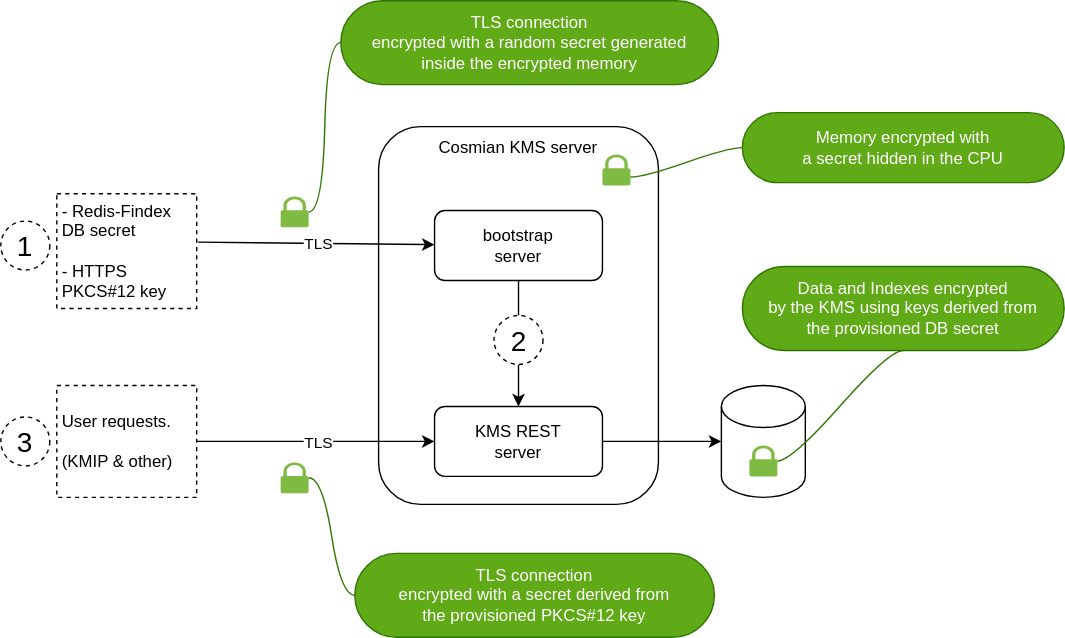
Cosmian/kms keeps this draw.io diagram as documentation/docs/drawings/zero_trust.drawio.svg. Above is the earlier version. Source tidied: cells renumbered, new cells last; positions are measured from the earlier drawing's top-left corner, leaving out a move shared by most shapes.
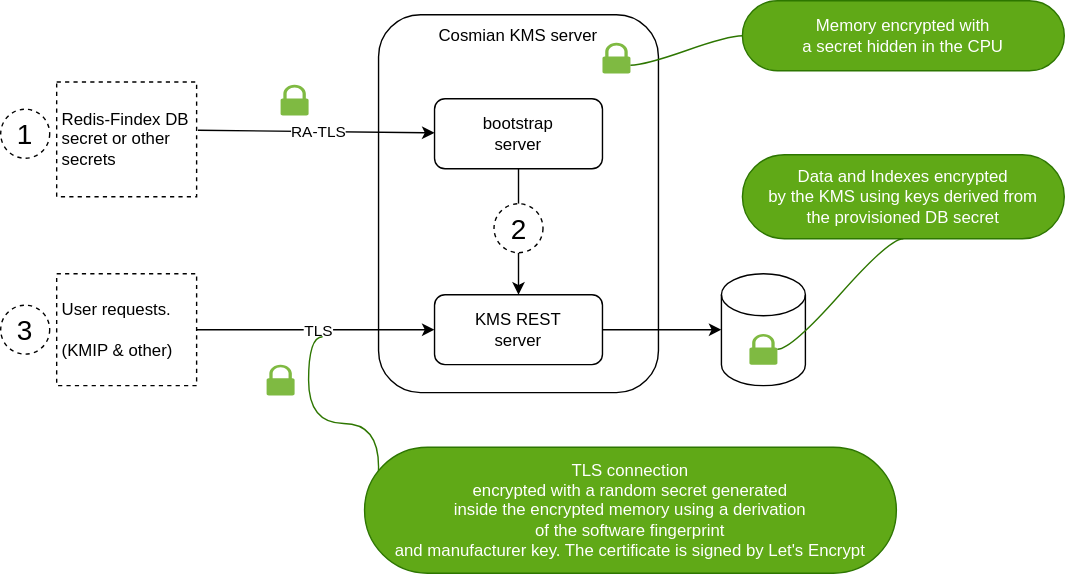
Above is the later version.

Change to the diagram source:
```diff
@@ -26,7 +26,7 @@
     <mxCell id="9" style="endArrow=classic;html=1;exitX=1.01;exitY=0.421;exitDx=0;exitDy=0;exitPerimeter=0;" parent="1" edge="1" source="13" target="6">
       <mxGeometry relative="1" as="geometry" />
     </mxCell>
-    <mxCell id="10" value="TLS" style="edgeLabel;html=1;align=center;verticalAlign=middle;" parent="9" vertex="1">
+    <mxCell id="10" value="RA-TLS" style="edgeLabel;html=1;align=center;verticalAlign=middle;" parent="9" vertex="1">
       <mxGeometry x="0.03" y="-1" relative="1" as="geometry">
         <mxPoint x="-1" y="-1" as="offset" />
       </mxGeometry>
@@ -39,7 +39,7 @@
         <mxPoint x="-1" y="-1" as="offset" />
       </mxGeometry>
     </mxCell>
-    <mxCell id="13" value="- Redis-Findex DB secret&lt;br&gt;&lt;br&gt;- HTTPS PKCS#12 key" style="text;html=1;strokeColor=default;fillColor=none;align=left;verticalAlign=middle;whiteSpace=wrap;rounded=0;shadow=0;dashed=1;spacingTop=2;spacingLeft=2;spacingBottom=2;spacingRight=2;" parent="1" vertex="1">
+    <mxCell id="13" value="Redis-Findex DB secret or other secrets" style="text;html=1;strokeColor=default;fillColor=none;align=left;verticalAlign=middle;whiteSpace=wrap;rounded=0;shadow=0;dashed=1;spacingTop=2;spacingLeft=2;spacingBottom=2;spacingRight=2;" parent="1" vertex="1">
       <mxGeometry x="40" y="138" width="100" height="82" as="geometry" />
     </mxCell>
     <mxCell id="14" value="User requests.&lt;br&gt;&lt;br&gt;(KMIP &amp;amp; other)" style="text;html=1;strokeColor=default;fillColor=none;align=left;verticalAlign=middle;whiteSpace=wrap;rounded=0;shadow=0;dashed=1;spacingTop=2;spacingLeft=2;spacingBottom=2;spacingRight=2;" parent="1" vertex="1">
@@ -67,7 +67,7 @@
       <mxGeometry x="200" y="140" width="20" height="22" as="geometry" />
     </mxCell>
     <mxCell id="22" style="sketch=0;shadow=0;dashed=0;html=1;strokeColor=none;labelPosition=center;verticalLabelPosition=bottom;verticalAlign=top;outlineConnect=0;align=center;shape=mxgraph.office.security.lock_protected;fillColor=#7FBA42;" parent="1" vertex="1">
-      <mxGeometry x="200" y="330" width="20" height="22" as="geometry" />
+      <mxGeometry x="190" y="340" width="20" height="22" as="geometry" />
     </mxCell>
     <mxCell id="23" value="Memory encrypted with&lt;br&gt;a secret hidden in the CPU" style="whiteSpace=wrap;html=1;rounded=1;arcSize=50;align=center;verticalAlign=middle;strokeWidth=1;spacing=4;newEdgeStyle={&quot;edgeStyle&quot;:&quot;entityRelationEdgeStyle&quot;,&quot;startArrow&quot;:&quot;none&quot;,&quot;endArrow&quot;:&quot;none&quot;,&quot;segment&quot;:10,&quot;curved&quot;:1,&quot;sourcePerimeterSpacing&quot;:0,&quot;targetPerimeterSpacing&quot;:0};fillColor=#60a917;fontColor=#ffffff;strokeColor=#2D7600;" parent="1" vertex="1">
       <mxGeometry x="530" y="80" width="230" height="50" as="geometry" />
@@ -83,17 +83,13 @@
     <mxCell id="26" value="Data and Indexes encrypted&lt;br&gt;by the KMS using keys derived from &lt;br&gt;the provisioned DB secret" style="whiteSpace=wrap;html=1;rounded=1;arcSize=50;align=center;verticalAlign=middle;strokeWidth=1;spacing=4;newEdgeStyle={&quot;edgeStyle&quot;:&quot;entityRelationEdgeStyle&quot;,&quot;startArrow&quot;:&quot;none&quot;,&quot;endArrow&quot;:&quot;none&quot;,&quot;segment&quot;:10,&quot;curved&quot;:1,&quot;sourcePerimeterSpacing&quot;:0,&quot;targetPerimeterSpacing&quot;:0};fillColor=#60a917;fontColor=#ffffff;strokeColor=#2D7600;" parent="1" vertex="1">
       <mxGeometry x="530" y="190" width="230" height="60" as="geometry" />
     </mxCell>
-    <mxCell id="27" style="edgeStyle=entityRelationEdgeStyle;html=1;startArrow=none;endArrow=none;segment=10;curved=1;sourcePerimeterSpacing=0;targetPerimeterSpacing=0;fillColor=#60a917;strokeColor=#2D7600;" parent="1" edge="1" source="28" target="22">
-      <mxGeometry relative="1" as="geometry" />
-    </mxCell>
-    <mxCell id="28" value="TLS connection&lt;br&gt;encrypted with a secret derived from&lt;br&gt;the provisioned PKCS#12 key" style="whiteSpace=wrap;html=1;rounded=1;arcSize=50;align=center;verticalAlign=middle;strokeWidth=1;spacing=4;newEdgeStyle={&quot;edgeStyle&quot;:&quot;entityRelationEdgeStyle&quot;,&quot;startArrow&quot;:&quot;none&quot;,&quot;endArrow&quot;:&quot;none&quot;,&quot;segment&quot;:10,&quot;curved&quot;:1,&quot;sourcePerimeterSpacing&quot;:0,&quot;targetPerimeterSpacing&quot;:0};fillColor=#60a917;fontColor=#ffffff;strokeColor=#2D7600;" parent="1" vertex="1">
-      <mxGeometry x="253" y="395" width="257" height="60" as="geometry" />
-    </mxCell>
-    <mxCell id="29" style="edgeStyle=entityRelationEdgeStyle;html=1;startArrow=none;endArrow=none;segment=10;curved=1;sourcePerimeterSpacing=0;targetPerimeterSpacing=0;fillColor=#60a917;strokeColor=#2D7600;exitX=0;exitY=0.5;exitDx=0;exitDy=0;" parent="1" edge="1" source="30" target="21">
-      <mxGeometry relative="1" as="geometry" />
+    <mxCell id="29" style="edgeStyle=entityRelationEdgeStyle;html=1;startArrow=none;endArrow=none;segment=10;curved=1;sourcePerimeterSpacing=0;targetPerimeterSpacing=0;fillColor=#60a917;strokeColor=#2D7600;exitX=0;exitY=0.5;exitDx=0;exitDy=0;" parent="1" edge="1" source="30">
+      <mxGeometry relative="1" as="geometry">
+        <mxPoint x="230" y="320" as="targetPoint" />
+      </mxGeometry>
     </mxCell>
-    <mxCell id="30" value="TLS connection&lt;br&gt;encrypted with a random secret generated&lt;br&gt;inside the encrypted memory" style="whiteSpace=wrap;html=1;rounded=1;arcSize=50;align=center;verticalAlign=middle;strokeWidth=1;spacing=4;newEdgeStyle={&quot;edgeStyle&quot;:&quot;entityRelationEdgeStyle&quot;,&quot;startArrow&quot;:&quot;none&quot;,&quot;endArrow&quot;:&quot;none&quot;,&quot;segment&quot;:10,&quot;curved&quot;:1,&quot;sourcePerimeterSpacing&quot;:0,&quot;targetPerimeterSpacing&quot;:0};fillColor=#60a917;fontColor=#ffffff;strokeColor=#2D7600;" parent="1" vertex="1">
-      <mxGeometry x="243" width="270" height="60" as="geometry" />
+    <mxCell id="30" value="TLS connection&lt;br&gt;encrypted with a random secret generated&lt;br&gt;inside the encrypted memory using a derivation&lt;br&gt;of the software fingerprint&lt;br&gt;and manufacturer key. The certificate is signed by Let's Encrypt" style="whiteSpace=wrap;html=1;rounded=1;arcSize=50;align=center;verticalAlign=middle;strokeWidth=1;spacing=4;newEdgeStyle={&quot;edgeStyle&quot;:&quot;entityRelationEdgeStyle&quot;,&quot;startArrow&quot;:&quot;none&quot;,&quot;endArrow&quot;:&quot;none&quot;,&quot;segment&quot;:10,&quot;curved&quot;:1,&quot;sourcePerimeterSpacing&quot;:0,&quot;targetPerimeterSpacing&quot;:0};fillColor=#60a917;fontColor=#ffffff;strokeColor=#2D7600;" parent="1" vertex="1">
+      <mxGeometry x="260" y="399" width="380" height="90" as="geometry" />
     </mxCell>
   </root>
 </mxGraphModel>
```
